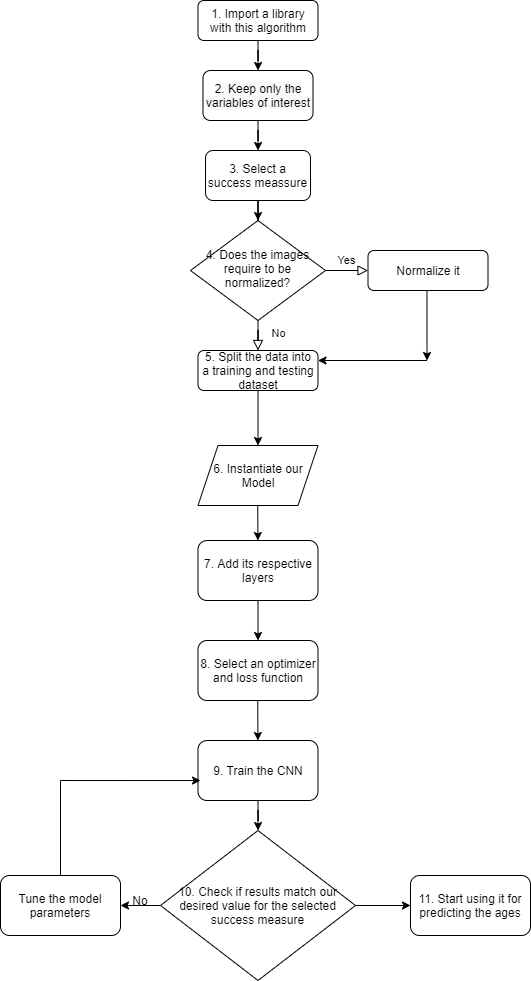
The draw.io diagram img/CNN_algorithm_flowchart.png in mgutierrezc/CAAI-IMDB-WIKI, before a commit. Source tidied: cells renumbered, new cells last; positions are measured from the earlier drawing's top-left corner, leaving out a move shared by most shapes.
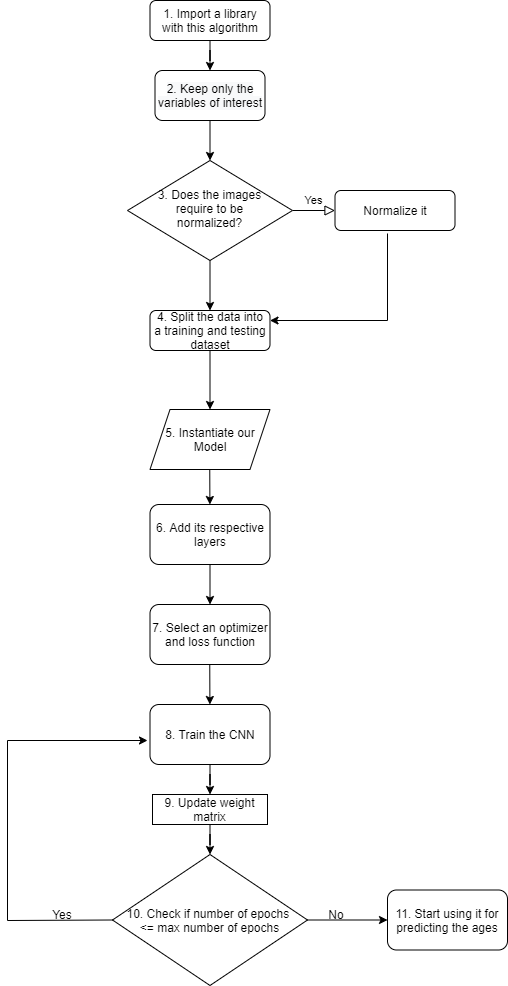
Above is the later version.

Change to the diagram source:
```diff
@@ -6,107 +6,110 @@
       <mxGeometry relative="1" as="geometry" />
     </mxCell>
     <mxCell id="3" value="1. Import a library with this algorithm" style="rounded=1;whiteSpace=wrap;html=1;fontSize=12;glass=0;strokeWidth=1;shadow=0;" parent="1" vertex="1">
-      <mxGeometry x="197.5" width="120" height="40" as="geometry" />
+      <mxGeometry x="182.5" y="60" width="120" height="40" as="geometry" />
     </mxCell>
+    <mxCell id="5" value="Yes" style="edgeStyle=orthogonalEdgeStyle;rounded=0;html=1;jettySize=auto;fontSize=11;endArrow=block;endFill=0;endSize=8;strokeWidth=1;shadow=0;labelBackgroundColor=none;" parent="1" edge="1" source="6" target="9">
+      <mxGeometry y="10" relative="1" as="geometry" />
+    </mxCell>
-    <mxCell id="4" value="No" style="rounded=0;html=1;jettySize=auto;fontSize=11;endArrow=block;endFill=0;endSize=8;strokeWidth=1;shadow=0;labelBackgroundColor=none;edgeStyle=orthogonalEdgeStyle;" parent="1" edge="1" source="6" target="8">
-      <mxGeometry x="0.33" y="20" relative="1" as="geometry" />
+    <mxCell id="4" style="edgeStyle=orthogonalEdgeStyle;rounded=0;jettySize=auto;html=1;" parent="1" edge="1" source="6" target="8">
+      <mxGeometry relative="1" as="geometry" />
     </mxCell>
-    <mxCell id="5" value="Yes" style="edgeStyle=orthogonalEdgeStyle;rounded=0;html=1;jettySize=auto;fontSize=11;endArrow=block;endFill=0;endSize=8;strokeWidth=1;shadow=0;labelBackgroundColor=none;" parent="1" edge="1" source="6" target="9">
-      <mxGeometry y="10" relative="1" as="geometry" />
-    </mxCell>
-    <mxCell id="6" value="4. Does the images&lt;br&gt;require to be&lt;br&gt;normalized?" style="rhombus;whiteSpace=wrap;html=1;shadow=0;fontFamily=Helvetica;fontSize=12;align=center;strokeWidth=1;spacing=6;spacingTop=-4;" parent="1" vertex="1">
-      <mxGeometry x="190" y="220" width="135" height="100" as="geometry" />
+    <mxCell id="6" value="3. Does the images&lt;br&gt;require to be&lt;br&gt;normalized?" style="rhombus;whiteSpace=wrap;html=1;shadow=0;fontFamily=Helvetica;fontSize=12;align=center;strokeWidth=1;spacing=6;spacingTop=-4;" parent="1" vertex="1">
+      <mxGeometry x="160" y="220" width="165" height="100" as="geometry" />
     </mxCell>
     <mxCell id="7" style="edgeStyle=orthogonalEdgeStyle;rounded=0;jettySize=auto;html=1;exitX=0.5;exitY=1;exitDx=0;exitDy=0;" parent="1" edge="1" source="8" target="12">
       <mxGeometry relative="1" as="geometry" />
     </mxCell>
-    <mxCell id="8" value="5. Split the data into&lt;br&gt;a training and testing&lt;br&gt;dataset" style="rounded=1;whiteSpace=wrap;html=1;fontSize=12;glass=0;strokeWidth=1;shadow=0;" parent="1" vertex="1">
-      <mxGeometry x="197.5" y="350" width="120" height="40" as="geometry" />
+    <mxCell id="8" value="4. Split the data into&lt;br&gt;a training and testing&lt;br&gt;dataset" style="rounded=1;whiteSpace=wrap;html=1;fontSize=12;glass=0;strokeWidth=1;shadow=0;" parent="1" vertex="1">
+      <mxGeometry x="182.5" y="370" width="120" height="40" as="geometry" />
     </mxCell>
     <mxCell id="9" value="Normalize it" style="rounded=1;whiteSpace=wrap;html=1;fontSize=12;glass=0;strokeWidth=1;shadow=0;" parent="1" vertex="1">
       <mxGeometry x="367.5" y="250" width="120" height="40" as="geometry" />
     </mxCell>
-    <mxCell id="10" style="endArrow=classic;html=1;" parent="1" edge="1">
-      <mxGeometry relative="1" as="geometry">
-        <mxPoint x="426.5" y="290" as="sourcePoint" />
-        <mxPoint x="426.5" y="360" as="targetPoint" />
-      </mxGeometry>
-    </mxCell>
     <mxCell id="11" style="endArrow=classic;html=1;entryX=1;entryY=0.25;entryDx=0;entryDy=0;" parent="1" edge="1" target="8">
       <mxGeometry relative="1" as="geometry">
-        <mxPoint x="426.5" y="360" as="sourcePoint" />
+        <mxPoint x="420" y="380" as="sourcePoint" />
       </mxGeometry>
     </mxCell>
-    <mxCell id="12" value="6. Instantiate our Model" style="shape=parallelogram;perimeter=parallelogramPerimeter;whiteSpace=wrap;html=1;fixedSize=1;" parent="1" vertex="1">
-      <mxGeometry x="197.5" y="445" width="120" height="60" as="geometry" />
+    <mxCell id="12" value="5. Instantiate our Model" style="shape=parallelogram;perimeter=parallelogramPerimeter;whiteSpace=wrap;html=1;fixedSize=1;" parent="1" vertex="1">
+      <mxGeometry x="182.5" y="469" width="120" height="60" as="geometry" />
     </mxCell>
     <mxCell id="13" style="endArrow=classic;html=1;" parent="1" edge="1" target="14">
       <mxGeometry relative="1" as="geometry">
-        <mxPoint x="257.3" y="505" as="sourcePoint" />
+        <mxPoint x="242.3" y="529" as="sourcePoint" />
       </mxGeometry>
     </mxCell>
-    <mxCell id="14" value="7. Add its respective&lt;br&gt;layers" style="rounded=1;whiteSpace=wrap;html=1;" parent="1" vertex="1">
-      <mxGeometry x="197.5" y="540" width="120" height="60" as="geometry" />
+    <mxCell id="14" value="6. Add its respective&lt;br&gt;layers" style="rounded=1;whiteSpace=wrap;html=1;" parent="1" vertex="1">
+      <mxGeometry x="182.5" y="564" width="120" height="60" as="geometry" />
     </mxCell>
     <mxCell id="15" style="endArrow=classic;html=1;" parent="1" edge="1" target="16">
       <mxGeometry relative="1" as="geometry">
-        <mxPoint x="257.5" y="600" as="sourcePoint" />
+        <mxPoint x="242.5" y="624" as="sourcePoint" />
       </mxGeometry>
     </mxCell>
-    <mxCell id="16" value="8. Select an optimizer and loss function" style="rounded=1;whiteSpace=wrap;html=1;" parent="1" vertex="1">
-      <mxGeometry x="197.5" y="640" width="120" height="60" as="geometry" />
+    <mxCell id="16" value="7. Select an optimizer and loss function" style="rounded=1;whiteSpace=wrap;html=1;" parent="1" vertex="1">
+      <mxGeometry x="182.5" y="664" width="120" height="60" as="geometry" />
     </mxCell>
     <mxCell id="17" style="endArrow=classic;html=1;" parent="1" edge="1" target="19">
       <mxGeometry relative="1" as="geometry">
-        <mxPoint x="257.3" y="700" as="sourcePoint" />
+        <mxPoint x="242.3" y="724" as="sourcePoint" />
       </mxGeometry>
     </mxCell>
-    <mxCell id="18" style="edgeStyle=orthogonalEdgeStyle;rounded=0;jettySize=auto;html=1;" parent="1" edge="1" source="19" target="24">
-      <mxGeometry relative="1" as="geometry" />
-    </mxCell>
+    <mxCell id="32" style="edgeStyle=orthogonalEdgeStyle;rounded=0;jettySize=auto;html=1;" parent="1" edge="1" source="19" target="35">
+      <mxGeometry relative="1" as="geometry" />
+    </mxCell>
-    <mxCell id="19" value="9. Train the CNN" style="rounded=1;whiteSpace=wrap;html=1;" parent="1" vertex="1">
-      <mxGeometry x="197.5" y="740" width="120" height="60" as="geometry" />
+    <mxCell id="19" value="8. Train the CNN" style="rounded=1;whiteSpace=wrap;html=1;" parent="1" vertex="1">
+      <mxGeometry x="182.5" y="764" width="120" height="60" as="geometry" />
     </mxCell>
-    <mxCell id="20" style="edgeStyle=orthogonalEdgeStyle;rounded=0;jettySize=auto;html=1;" parent="1" edge="1" source="21" target="26">
-      <mxGeometry relative="1" as="geometry" />
-    </mxCell>
+    <mxCell id="33" style="edgeStyle=orthogonalEdgeStyle;rounded=0;jettySize=auto;html=1;" parent="1" edge="1" source="21" target="6">
+      <mxGeometry relative="1" as="geometry" />
+    </mxCell>
     <mxCell id="21" value="&#10;&#10;&lt;span style=&quot;color: rgb(0, 0, 0); font-family: helvetica; font-size: 12px; font-style: normal; font-weight: 400; letter-spacing: normal; text-align: center; text-indent: 0px; text-transform: none; word-spacing: 0px; background-color: rgb(248, 249, 250); display: inline; float: none;&quot;&gt;2.&amp;nbsp;Keep only the variables of interest&lt;/span&gt;&#10;&#10;" style="rounded=1;whiteSpace=wrap;html=1;" parent="1" vertex="1">
-      <mxGeometry x="202.5" y="70" width="110" height="50" as="geometry" />
+      <mxGeometry x="187.5" y="130" width="110" height="50" as="geometry" />
     </mxCell>
-    <mxCell id="22" style="edgeStyle=orthogonalEdgeStyle;rounded=0;jettySize=auto;html=1;" parent="1" edge="1" source="24" target="27">
-      <mxGeometry relative="1" as="geometry" />
-    </mxCell>
     <mxCell id="23" style="edgeStyle=orthogonalEdgeStyle;rounded=0;jettySize=auto;html=1;" parent="1" edge="1" source="24" target="31">
       <mxGeometry relative="1" as="geometry" />
     </mxCell>
-    <mxCell id="24" value="10. Check if results match our desired value for the selected success measure" style="rhombus;whiteSpace=wrap;html=1;" parent="1" vertex="1">
-      <mxGeometry x="160" y="830" width="195" height="150" as="geometry" />
+    <mxCell id="24" value="10. Check if number of epochs&amp;nbsp;&lt;br&gt;&amp;lt;= max number of epochs" style="rhombus;whiteSpace=wrap;html=1;" parent="1" vertex="1">
+      <mxGeometry x="145" y="914" width="195" height="131" as="geometry" />
     </mxCell>
-    <mxCell id="25" style="edgeStyle=orthogonalEdgeStyle;rounded=0;jettySize=auto;html=1;" parent="1" edge="1" source="26" target="6">
-      <mxGeometry relative="1" as="geometry" />
-    </mxCell>
-    <mxCell id="26" value="3. Select a success meassure" style="rounded=1;whiteSpace=wrap;html=1;" parent="1" vertex="1">
-      <mxGeometry x="205" y="150" width="105" height="50" as="geometry" />
-    </mxCell>
-    <mxCell id="27" value="Tune the model parameters" style="rounded=1;whiteSpace=wrap;html=1;" parent="1" vertex="1">
-      <mxGeometry y="875" width="120" height="60" as="geometry" />
-    </mxCell>
+    <mxCell id="29" style="endArrow=none;html=1;" parent="1" edge="1">
+      <mxGeometry relative="1" as="geometry">
+        <mxPoint x="40" y="980" as="sourcePoint" />
+        <mxPoint x="40" y="800" as="targetPoint" />
+      </mxGeometry>
+    </mxCell>
+    <mxCell id="31" value="11. Start using it for predicting the ages" style="rounded=1;whiteSpace=wrap;html=1;" parent="1" vertex="1">
+      <mxGeometry x="420" y="949.5" width="120" height="60" as="geometry" />
+    </mxCell>
+    <mxCell id="34" style="edgeStyle=orthogonalEdgeStyle;rounded=0;jettySize=auto;html=1;" parent="1" edge="1" source="35" target="24">
+      <mxGeometry relative="1" as="geometry" />
+    </mxCell>
+    <mxCell id="35" value="9. Update weight matrix" style="rounded=0;whiteSpace=wrap;html=1;" parent="1" vertex="1">
+      <mxGeometry x="185" y="854" width="115" height="30" as="geometry" />
+    </mxCell>
+    <mxCell id="36" style="endArrow=none;html=1;entryX=0;entryY=0.5;entryDx=0;entryDy=0;" parent="1" edge="1" target="24">
+      <mxGeometry relative="1" as="geometry">
+        <mxPoint x="40" y="980" as="sourcePoint" />
+      </mxGeometry>
+    </mxCell>
+    <mxCell id="37" value="Yes" style="text;html=1;strokeColor=none;fillColor=none;align=center;verticalAlign=middle;whiteSpace=wrap;rounded=0;" parent="1" vertex="1">
+      <mxGeometry x="75" y="964" width="40" height="20" as="geometry" />
+    </mxCell>
     <mxCell id="28" value="No" style="text;html=1;strokeColor=none;fillColor=none;align=center;verticalAlign=middle;whiteSpace=wrap;rounded=0;" parent="1" vertex="1">
-      <mxGeometry x="120" y="890" width="40" height="20" as="geometry" />
+      <mxGeometry x="348.5" y="964" width="40" height="20" as="geometry" />
     </mxCell>
-    <mxCell id="29" style="endArrow=none;html=1;" parent="1" edge="1">
-      <mxGeometry relative="1" as="geometry">
-        <mxPoint x="60" y="875" as="sourcePoint" />
-        <mxPoint x="60" y="780" as="targetPoint" />
-      </mxGeometry>
-    </mxCell>
-    <mxCell id="30" style="endArrow=classic;html=1;entryX=0.021;entryY=0.667;entryDx=0;entryDy=0;entryPerimeter=0;" parent="1" edge="1" target="19">
-      <mxGeometry relative="1" as="geometry">
-        <mxPoint x="60" y="780" as="sourcePoint" />
-      </mxGeometry>
-    </mxCell>
-    <mxCell id="31" value="11. Start using it for predicting the ages" style="rounded=1;whiteSpace=wrap;html=1;" parent="1" vertex="1">
-      <mxGeometry x="410" y="875" width="120" height="60" as="geometry" />
-    </mxCell>
+    <mxCell id="38" style="endArrow=none;html=1;" parent="1" edge="1">
+      <mxGeometry relative="1" as="geometry">
+        <mxPoint x="420" y="380" as="sourcePoint" />
+        <mxPoint x="420" y="293" as="targetPoint" />
+      </mxGeometry>
+    </mxCell>
+    <mxCell id="39" style="endArrow=classic;html=1;" parent="1" edge="1">
+      <mxGeometry relative="1" as="geometry">
+        <mxPoint x="40" y="800" as="sourcePoint" />
+        <mxPoint x="180" y="800" as="targetPoint" />
+      </mxGeometry>
+    </mxCell>
   </root>
 </mxGraphModel>
```
